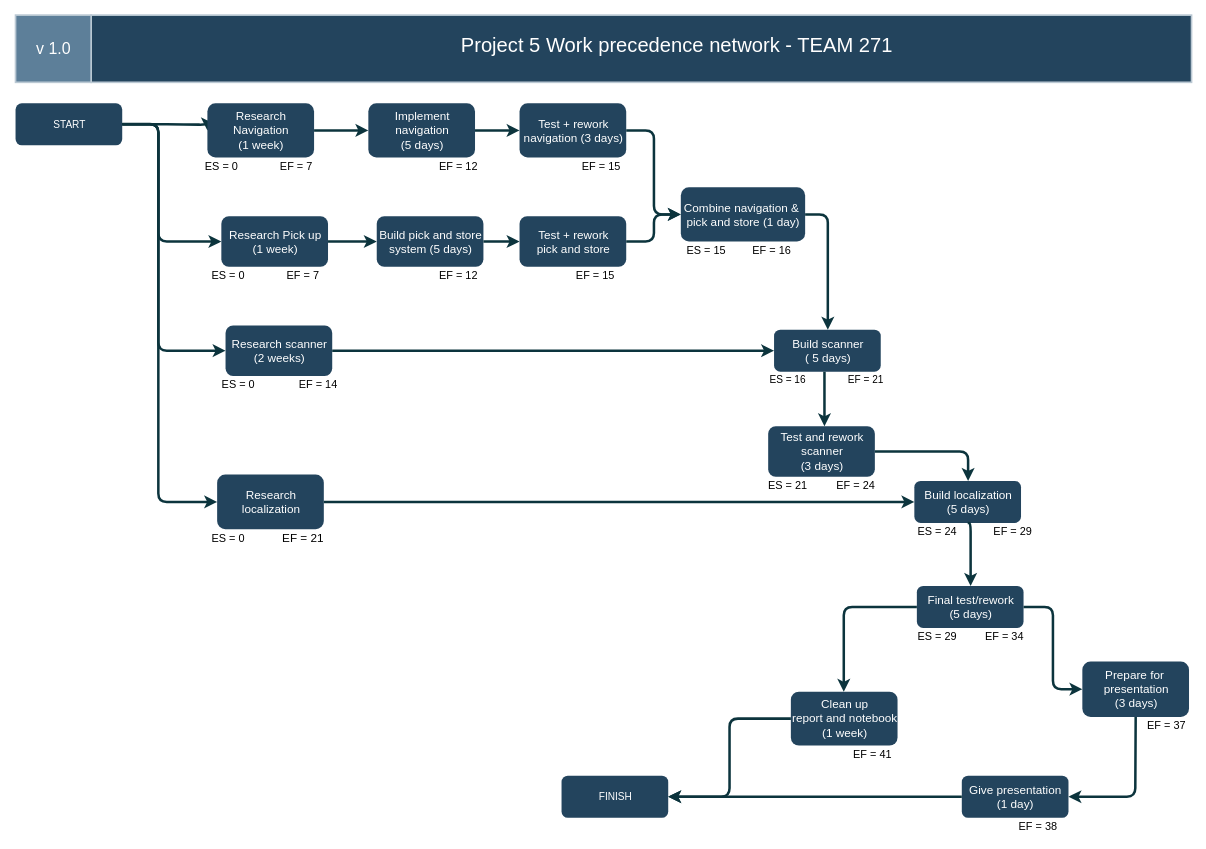
Above: precedence-network-Proj5.drawio in bhuynhdev/ENED-1120-Robotics-Proj5 (draw.io), before the change. Source tidied: cells renumbered, new cells numbered last; positions are measured from the earlier drawing's top-left corner, leaving out a move shared by most shapes. Both pictures are drawn from the tidied source at 84%, with x=0, y=0 at pixel (15, 14).
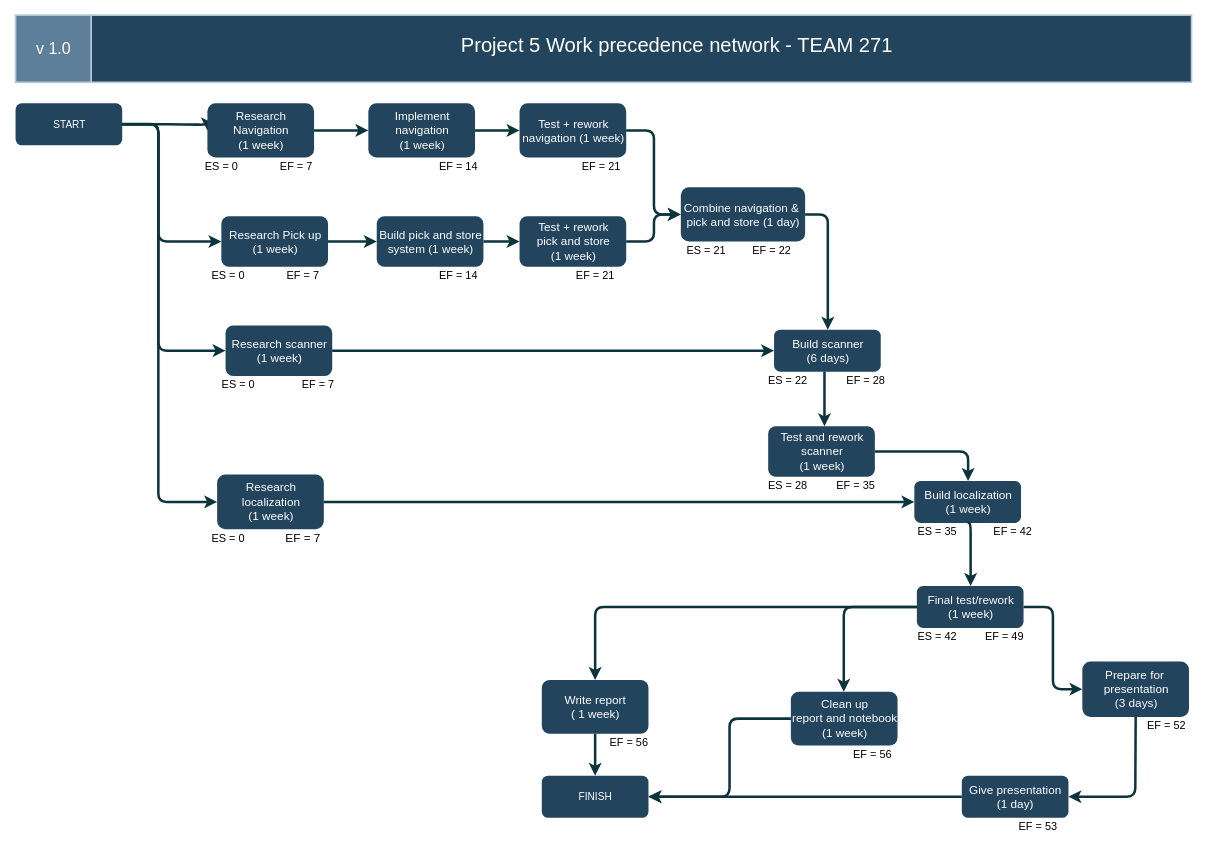
The same page after the edit.

Commit message (it also covers changes not shown here):
Precedence Network v2

Adjusted estimated time to distribute workload more evenly
Also lengthened total project time to 8 weeks

Made with help from 'https://draw.io'

The edit, as a diff of the source:
```diff
@@
-    <mxCell id="6" value="&lt;font color=&quot;#ffffff&quot; style=&quot;font-size: 14px&quot;&gt;Implement&lt;br&gt;navigation&lt;br&gt;(5 days)&lt;/font&gt;" style="rounded=1;fillColor=#23445D;strokeColor=none;strokeWidth=2;fontFamily=Helvetica;html=1;gradientColor=none;" parent="1" vertex="1">
+    <mxCell id="6" value="&lt;font color=&quot;#ffffff&quot; style=&quot;font-size: 14px&quot;&gt;Implement&lt;br&gt;navigation&lt;br&gt;(1 week)&lt;/font&gt;" style="rounded=1;fillColor=#23445D;strokeColor=none;strokeWidth=2;fontFamily=Helvetica;html=1;gradientColor=none;" parent="1" vertex="1">
       <mxGeometry x="420" y="105.5" width="127" height="64.5" as="geometry" />
     </mxCell>
@@
-    <mxCell id="8" value="&lt;font color=&quot;#ffffff&quot; style=&quot;font-size: 14px&quot;&gt;Build pick and store&lt;br&gt;system (5 days)&lt;/font&gt;" style="rounded=1;fillColor=#23445D;strokeColor=none;strokeWidth=2;fontFamily=Helvetica;html=1;gradientColor=none;" parent="1" vertex="1">
+    <mxCell id="8" value="&lt;font color=&quot;#ffffff&quot; style=&quot;font-size: 14px&quot;&gt;Build pick and store&lt;br&gt;system (1 week)&lt;/font&gt;" style="rounded=1;fillColor=#23445D;strokeColor=none;strokeWidth=2;fontFamily=Helvetica;html=1;gradientColor=none;" parent="1" vertex="1">
       <mxGeometry x="430" y="240" width="127" height="60" as="geometry" />
     </mxCell>
@@
-    <mxCell id="10" value="&lt;font color=&quot;#ffffff&quot; style=&quot;font-size: 14px&quot;&gt;Test + rework&lt;br&gt;navigation (3 days)&lt;/font&gt;" style="rounded=1;fillColor=#23445D;strokeColor=none;strokeWidth=2;fontFamily=Helvetica;html=1;gradientColor=none;shadow=0;comic=0;" parent="1" vertex="1">
+    <mxCell id="10" value="&lt;font color=&quot;#ffffff&quot; style=&quot;font-size: 14px&quot;&gt;Test + rework&lt;br&gt;navigation (1 week)&lt;/font&gt;" style="rounded=1;fillColor=#23445D;strokeColor=none;strokeWidth=2;fontFamily=Helvetica;html=1;gradientColor=none;shadow=0;comic=0;" parent="1" vertex="1">
       <mxGeometry x="600" y="105.5" width="127" height="64.5" as="geometry" />
     </mxCell>
@@
-    <mxCell id="12" value="&lt;font color=&quot;#ffffff&quot; style=&quot;font-size: 14px&quot;&gt;Research scanner&lt;br&gt;(2 weeks)&lt;br&gt;&lt;/font&gt;" style="rounded=1;fillColor=#23445D;strokeColor=none;strokeWidth=2;fontFamily=Helvetica;html=1;gradientColor=none;" parent="1" vertex="1">
+    <mxCell id="12" value="&lt;font color=&quot;#ffffff&quot; style=&quot;font-size: 14px&quot;&gt;Research scanner&lt;br&gt;(1 week)&lt;br&gt;&lt;/font&gt;" style="rounded=1;fillColor=#23445D;strokeColor=none;strokeWidth=2;fontFamily=Helvetica;html=1;gradientColor=none;" parent="1" vertex="1">
       <mxGeometry x="250" y="370" width="127" height="60" as="geometry" />
     </mxCell>
-    <mxCell id="13" value="&lt;font color=&quot;#ffffff&quot; style=&quot;font-size: 14px&quot;&gt;Research&lt;br&gt;localization&lt;/font&gt;" style="rounded=1;fillColor=#23445D;strokeColor=none;strokeWidth=2;fontFamily=Helvetica;html=1;gradientColor=none;" parent="1" vertex="1">
+    <mxCell id="13" value="&lt;font color=&quot;#ffffff&quot; style=&quot;font-size: 14px&quot;&gt;Research&lt;br&gt;localization&lt;br&gt;(1 week)&lt;br&gt;&lt;/font&gt;" style="rounded=1;fillColor=#23445D;strokeColor=none;strokeWidth=2;fontFamily=Helvetica;html=1;gradientColor=none;" parent="1" vertex="1">
       <mxGeometry x="240" y="547.5" width="127" height="65" as="geometry" />
     </mxCell>
-    <mxCell id="14" value="&lt;font color=&quot;#ffffff&quot; style=&quot;font-size: 14px&quot;&gt;Test + rework&lt;br&gt;pick and store&lt;/font&gt;" style="rounded=1;fillColor=#23445D;strokeColor=none;strokeWidth=2;fontFamily=Helvetica;html=1;gradientColor=none;" parent="1" vertex="1">
+    <mxCell id="14" value="&lt;font color=&quot;#ffffff&quot; style=&quot;font-size: 14px&quot;&gt;Test + rework&lt;br&gt;pick and store&lt;br&gt;(&lt;/font&gt;&lt;span style=&quot;color: rgb(255 , 255 , 255) ; font-size: 14px&quot;&gt;1 week)&lt;/span&gt;" style="rounded=1;fillColor=#23445D;strokeColor=none;strokeWidth=2;fontFamily=Helvetica;html=1;gradientColor=none;" parent="1" vertex="1">
       <mxGeometry x="600" y="240" width="127" height="60" as="geometry" />
     </mxCell>
-    <mxCell id="15" value="&lt;font color=&quot;#ffffff&quot; style=&quot;font-size: 14px&quot;&gt;Build scanner&lt;br&gt;( 5 days)&lt;br&gt;&lt;/font&gt;" style="rounded=1;fillColor=#23445D;strokeColor=none;strokeWidth=2;fontFamily=Helvetica;html=1;gradientColor=none;" parent="1" vertex="1">
+    <mxCell id="15" value="&lt;font color=&quot;#ffffff&quot; style=&quot;font-size: 14px&quot;&gt;Build scanner&lt;br&gt;(6 days)&lt;br&gt;&lt;/font&gt;" style="rounded=1;fillColor=#23445D;strokeColor=none;strokeWidth=2;fontFamily=Helvetica;html=1;gradientColor=none;" parent="1" vertex="1">
       <mxGeometry x="903" y="375" width="127" height="50" as="geometry" />
     </mxCell>
-    <mxCell id="16" value="&lt;font color=&quot;#ffffff&quot; style=&quot;font-size: 14px&quot;&gt;Final test/rework&lt;br&gt;(5 days)&lt;/font&gt;" style="rounded=1;fillColor=#23445D;strokeColor=none;strokeWidth=2;gradientColor=none;fontFamily=Helvetica;html=1;" parent="1" vertex="1">
+    <mxCell id="16" value="&lt;font color=&quot;#ffffff&quot; style=&quot;font-size: 14px&quot;&gt;Final test/rework&lt;br&gt;(&lt;/font&gt;&lt;span style=&quot;color: rgb(255 , 255 , 255) ; font-size: 14px&quot;&gt;1 week&lt;/span&gt;&lt;font color=&quot;#ffffff&quot; style=&quot;font-size: 14px&quot;&gt;)&lt;/font&gt;" style="rounded=1;fillColor=#23445D;strokeColor=none;strokeWidth=2;gradientColor=none;fontFamily=Helvetica;html=1;" parent="1" vertex="1">
       <mxGeometry x="1073" y="680" width="127" height="50" as="geometry" />
     </mxCell>
@@
-    <mxCell id="18" value="&lt;font color=&quot;#ffffff&quot; style=&quot;font-size: 14px&quot;&gt;Test and rework&lt;br&gt;scanner&lt;br&gt;(3 days)&lt;br&gt;&lt;/font&gt;" style="rounded=1;fillColor=#23445D;strokeColor=none;strokeWidth=2;gradientColor=none;fontFamily=Helvetica;html=1;" parent="1" vertex="1">
+    <mxCell id="18" value="&lt;font color=&quot;#ffffff&quot; style=&quot;font-size: 14px&quot;&gt;Test and rework&lt;br&gt;scanner&lt;br&gt;(1 week)&lt;br&gt;&lt;/font&gt;" style="rounded=1;fillColor=#23445D;strokeColor=none;strokeWidth=2;gradientColor=none;fontFamily=Helvetica;html=1;" parent="1" vertex="1">
       <mxGeometry x="896" y="490" width="127" height="60" as="geometry" />
     </mxCell>
-    <mxCell id="19" value="&lt;font color=&quot;#ffffff&quot; style=&quot;font-size: 14px&quot;&gt;Build localization&lt;br&gt;(5 days)&lt;br&gt;&lt;/font&gt;" style="rounded=1;fillColor=#23445D;strokeColor=none;strokeWidth=2;gradientColor=none;fontFamily=Helvetica;html=1;" parent="1" vertex="1">
+    <mxCell id="19" value="&lt;font color=&quot;#ffffff&quot; style=&quot;font-size: 14px&quot;&gt;Build localization&lt;br&gt;(&lt;/font&gt;&lt;span style=&quot;color: rgb(255 , 255 , 255) ; font-size: 14px&quot;&gt;1 week&lt;/span&gt;&lt;font color=&quot;#ffffff&quot; style=&quot;font-size: 14px&quot;&gt;)&lt;br&gt;&lt;/font&gt;" style="rounded=1;fillColor=#23445D;strokeColor=none;strokeWidth=2;gradientColor=none;fontFamily=Helvetica;html=1;" parent="1" vertex="1">
       <mxGeometry x="1070" y="555" width="127" height="50" as="geometry" />
     </mxCell>
@@
-    <mxCell id="42" value="&lt;font style=&quot;font-size: 13px&quot;&gt;EF = 12&lt;/font&gt;" style="text;html=1;align=center;verticalAlign=middle;" parent="1" vertex="1">
+    <mxCell id="42" value="&lt;font style=&quot;font-size: 13px&quot;&gt;EF = 14&lt;/font&gt;" style="text;html=1;align=center;verticalAlign=middle;" parent="1" vertex="1">
       <mxGeometry x="497" y="170" width="60" height="20" as="geometry" />
     </mxCell>
-    <mxCell id="43" value="&lt;font style=&quot;font-size: 13px&quot;&gt;EF = 15&lt;/font&gt;" style="text;html=1;align=center;verticalAlign=middle;" parent="1" vertex="1">
+    <mxCell id="43" value="&lt;font style=&quot;font-size: 13px&quot;&gt;EF = 21&lt;/font&gt;" style="text;html=1;align=center;verticalAlign=middle;" parent="1" vertex="1">
       <mxGeometry x="667" y="170" width="60" height="20" as="geometry" />
     </mxCell>
@@
-    <mxCell id="46" value="&lt;font style=&quot;font-size: 13px&quot;&gt;EF = 12&lt;/font&gt;" style="text;html=1;align=center;verticalAlign=middle;" parent="1" vertex="1">
+    <mxCell id="46" value="&lt;font style=&quot;font-size: 13px&quot;&gt;EF = 14&lt;/font&gt;" style="text;html=1;align=center;verticalAlign=middle;" parent="1" vertex="1">
       <mxGeometry x="497" y="300" width="60" height="20" as="geometry" />
     </mxCell>
-    <mxCell id="47" value="&lt;font style=&quot;font-size: 13px&quot;&gt;EF = 15&lt;/font&gt;" style="text;html=1;align=center;verticalAlign=middle;" parent="1" vertex="1">
+    <mxCell id="47" value="&lt;font style=&quot;font-size: 13px&quot;&gt;EF = 21&lt;/font&gt;" style="text;html=1;align=center;verticalAlign=middle;" parent="1" vertex="1">
       <mxGeometry x="660" y="300" width="60" height="20" as="geometry" />
     </mxCell>
-    <mxCell id="48" value="&lt;font style=&quot;font-size: 13px&quot;&gt;ES = 15&lt;/font&gt;" style="text;html=1;align=center;verticalAlign=middle;" parent="1" vertex="1">
+    <mxCell id="48" value="&lt;font style=&quot;font-size: 13px&quot;&gt;ES = 21&lt;/font&gt;" style="text;html=1;align=center;verticalAlign=middle;" parent="1" vertex="1">
       <mxGeometry x="792" y="270" width="60" height="20" as="geometry" />
     </mxCell>
-    <mxCell id="49" value="&lt;font style=&quot;font-size: 13px&quot;&gt;EF = 16&lt;/font&gt;" style="text;html=1;align=center;verticalAlign=middle;" parent="1" vertex="1">
+    <mxCell id="49" value="&lt;font style=&quot;font-size: 13px&quot;&gt;EF = 22&lt;/font&gt;" style="text;html=1;align=center;verticalAlign=middle;" parent="1" vertex="1">
       <mxGeometry x="870" y="270" width="60" height="20" as="geometry" />
     </mxCell>
-    <mxCell id="50" value="ES = 16" style="text;html=1;align=center;verticalAlign=middle;" parent="1" vertex="1">
+    <mxCell id="50" value="&lt;span style=&quot;font-size: 13px&quot;&gt;ES = 22&lt;/span&gt;" style="text;html=1;align=center;verticalAlign=middle;" parent="1" vertex="1">
       <mxGeometry x="889" y="425" width="60" height="20" as="geometry" />
     </mxCell>
-    <mxCell id="51" value="EF = 21" style="text;html=1;align=center;verticalAlign=middle;" parent="1" vertex="1">
+    <mxCell id="51" value="&lt;font style=&quot;font-size: 13px&quot;&gt;EF = 28&lt;/font&gt;" style="text;html=1;align=center;verticalAlign=middle;" parent="1" vertex="1">
       <mxGeometry x="982" y="425" width="60" height="20" as="geometry" />
     </mxCell>
-    <mxCell id="52" value="&lt;font style=&quot;font-size: 13px&quot;&gt;ES = 21&lt;/font&gt;" style="text;html=1;align=center;verticalAlign=middle;" parent="1" vertex="1">
+    <mxCell id="52" value="&lt;font style=&quot;font-size: 13px&quot;&gt;ES = 28&lt;/font&gt;" style="text;html=1;align=center;verticalAlign=middle;" parent="1" vertex="1">
       <mxGeometry x="889" y="550" width="60" height="20" as="geometry" />
     </mxCell>
-    <mxCell id="53" value="&lt;font style=&quot;font-size: 13px&quot;&gt;EF = 24&lt;/font&gt;" style="text;html=1;align=center;verticalAlign=middle;" parent="1" vertex="1">
+    <mxCell id="53" value="&lt;font style=&quot;font-size: 13px&quot;&gt;EF = 35&lt;/font&gt;" style="text;html=1;align=center;verticalAlign=middle;" parent="1" vertex="1">
       <mxGeometry x="970" y="550" width="60" height="20" as="geometry" />
     </mxCell>
-    <mxCell id="54" value="&lt;font style=&quot;font-size: 13px&quot;&gt;EF = 29&lt;/font&gt;" style="text;html=1;align=center;verticalAlign=middle;" parent="1" vertex="1">
+    <mxCell id="54" value="&lt;font style=&quot;font-size: 13px&quot;&gt;EF = 42&lt;/font&gt;" style="text;html=1;align=center;verticalAlign=middle;" parent="1" vertex="1">
       <mxGeometry x="1156.5" y="605" width="60" height="20" as="geometry" />
     </mxCell>
-    <mxCell id="55" value="&lt;font style=&quot;font-size: 13px&quot;&gt;ES = 29&lt;/font&gt;" style="text;html=1;align=center;verticalAlign=middle;" parent="1" vertex="1">
+    <mxCell id="55" value="&lt;font style=&quot;font-size: 13px&quot;&gt;ES = 42&lt;/font&gt;" style="text;html=1;align=center;verticalAlign=middle;" parent="1" vertex="1">
       <mxGeometry x="1066.5" y="730" width="60" height="20" as="geometry" />
     </mxCell>
-    <mxCell id="56" value="&lt;font style=&quot;font-size: 13px&quot;&gt;EF = 34&lt;/font&gt;" style="text;html=1;align=center;verticalAlign=middle;" parent="1" vertex="1">
+    <mxCell id="56" value="&lt;font style=&quot;font-size: 13px&quot;&gt;EF = 49&lt;/font&gt;" style="text;html=1;align=center;verticalAlign=middle;" parent="1" vertex="1">
       <mxGeometry x="1146.5" y="730" width="60" height="20" as="geometry" />
     </mxCell>
-    <mxCell id="57" value="&lt;font style=&quot;font-size: 13px&quot;&gt;EF = 37&lt;/font&gt;" style="text;html=1;align=center;verticalAlign=middle;" parent="1" vertex="1">
+    <mxCell id="57" value="&lt;font style=&quot;font-size: 13px&quot;&gt;EF = 52&lt;/font&gt;" style="text;html=1;align=center;verticalAlign=middle;" parent="1" vertex="1">
       <mxGeometry x="1340" y="836" width="60" height="20" as="geometry" />
     </mxCell>
-    <mxCell id="58" value="&lt;font style=&quot;font-size: 13px&quot;&gt;EF = 38&lt;/font&gt;" style="text;html=1;align=center;verticalAlign=middle;" parent="1" vertex="1">
+    <mxCell id="58" value="&lt;font style=&quot;font-size: 13px&quot;&gt;EF = 53&lt;/font&gt;" style="text;html=1;align=center;verticalAlign=middle;" parent="1" vertex="1">
       <mxGeometry x="1187" y="956" width="60" height="20" as="geometry" />
     </mxCell>
-    <mxCell id="59" value="&lt;font style=&quot;font-size: 13px&quot;&gt;EF = 41&lt;/font&gt;" style="text;html=1;align=center;verticalAlign=middle;" parent="1" vertex="1">
-      <mxGeometry x="990" y="870" width="60" height="20" as="geometry" />
+    <mxCell id="59" value="&lt;font style=&quot;font-size: 13px&quot;&gt;EF = 56&lt;/font&gt;" style="text;html=1;align=center;verticalAlign=middle;" parent="1" vertex="1">
+      <mxGeometry x="700" y="856" width="60" height="20" as="geometry" />
     </mxCell>
@@
-    <mxCell id="61" value="&lt;font style=&quot;font-size: 13px&quot;&gt;EF = 14&lt;/font&gt;" style="text;html=1;align=center;verticalAlign=middle;" parent="1" vertex="1">
-      <mxGeometry x="330" y="430" width="60" height="20" as="geometry" />
+    <mxCell id="61" value="&lt;font style=&quot;font-size: 13px&quot;&gt;EF = 7&lt;/font&gt;" style="text;html=1;align=center;verticalAlign=middle;" parent="1" vertex="1">
+      <mxGeometry x="335" y="430" width="50" height="20" as="geometry" />
     </mxCell>
@@
-    <mxCell id="63" value="&lt;font style=&quot;font-size: 14px&quot;&gt;EF = 21&lt;/font&gt;" style="text;html=1;align=center;verticalAlign=middle;" parent="1" vertex="1">
+    <mxCell id="63" value="&lt;font style=&quot;font-size: 14px&quot;&gt;EF = 7&lt;/font&gt;" style="text;html=1;align=center;verticalAlign=middle;" parent="1" vertex="1">
       <mxGeometry x="312" y="612.5" width="60" height="20" as="geometry" />
     </mxCell>
-    <mxCell id="64" value="&lt;font style=&quot;font-size: 13px&quot;&gt;ES = 24&lt;/font&gt;" style="text;html=1;align=center;verticalAlign=middle;" parent="1" vertex="1">
+    <mxCell id="64" value="&lt;font style=&quot;font-size: 13px&quot;&gt;ES = 35&lt;/font&gt;" style="text;html=1;align=center;verticalAlign=middle;" parent="1" vertex="1">
       <mxGeometry x="1066.5" y="605" width="60" height="20" as="geometry" />
     </mxCell>
     <mxCell id="65" value="&lt;font color=&quot;#ffffff&quot;&gt;FINISH&lt;/font&gt;" style="rounded=1;fillColor=#23445D;strokeColor=none;strokeWidth=2;gradientColor=none;fontFamily=Helvetica;html=1;" parent="1" vertex="1">
-      <mxGeometry x="650" y="906" width="127" height="50" as="geometry" />
+      <mxGeometry x="626.5" y="906" width="127" height="50" as="geometry" />
     </mxCell>
@@
+    <mxCell id="68" style="edgeStyle=elbowEdgeStyle;elbow=horizontal;strokeWidth=3;strokeColor=#0C343D;fontFamily=Helvetica;html=1;exitX=0;exitY=0.5;exitDx=0;exitDy=0;entryX=0.5;entryY=0;entryDx=0;entryDy=0;" parent="1" edge="1" source="16" target="69">
+      <mxGeometry x="-278.1" y="711.5" as="geometry">
+        <Array as="points">
+          <mxPoint x="690" y="730" />
+          <mxPoint x="704" y="730" />
+          <mxPoint x="720" y="720" />
+          <mxPoint x="704" y="740" />
+          <mxPoint x="720" y="720" />
+          <mxPoint x="701.5" y="711" />
+          <mxPoint x="1155.5" y="231" />
+        </Array>
+      </mxGeometry>
+    </mxCell>
+    <mxCell id="69" value="&lt;font color=&quot;#ffffff&quot; style=&quot;font-size: 14px&quot;&gt;&lt;span&gt;Write report&lt;br&gt;&lt;/span&gt;( 1 week)&lt;/font&gt;" style="rounded=1;fillColor=#23445D;strokeColor=none;strokeWidth=2;gradientColor=none;fontFamily=Helvetica;html=1;" parent="1" vertex="1">
+      <mxGeometry x="626.5" y="792" width="127" height="64" as="geometry" />
+    </mxCell>
+    <mxCell id="70" style="edgeStyle=elbowEdgeStyle;elbow=horizontal;strokeWidth=3;strokeColor=#0C343D;fontFamily=Helvetica;html=1;exitX=0.5;exitY=1;exitDx=0;exitDy=0;entryX=0.5;entryY=0;entryDx=0;entryDy=0;" parent="1" edge="1" source="69" target="65">
+      <mxGeometry x="-268.1" y="721.5" as="geometry">
+        <Array as="points">
+          <mxPoint x="690" y="880" />
+          <mxPoint x="730" y="730" />
+          <mxPoint x="714" y="750" />
+          <mxPoint x="730" y="730" />
+          <mxPoint x="711.5" y="721" />
+          <mxPoint x="1165.5" y="241" />
+        </Array>
+      </mxGeometry>
+    </mxCell>
+    <mxCell id="71" value="&lt;font style=&quot;font-size: 13px&quot;&gt;EF = 56&lt;/font&gt;" style="text;html=1;align=center;verticalAlign=middle;" parent="1" vertex="1">
+      <mxGeometry x="990" y="870" width="60" height="20" as="geometry" />
+    </mxCell>
```
